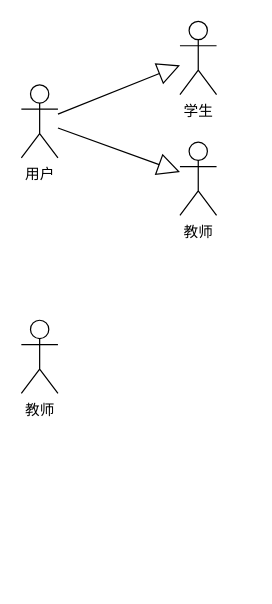
Before: 软工用例图.drawio in Wishlove09/drawio, a draw.io diagram. Source tidied: cells renumbered, new cells numbered last; positions are measured from the earlier drawing's top-left corner, leaving out a move shared by most shapes. Both pictures are drawn from the tidied source at 122%, with x=0, y=0 at pixel (21, 21).
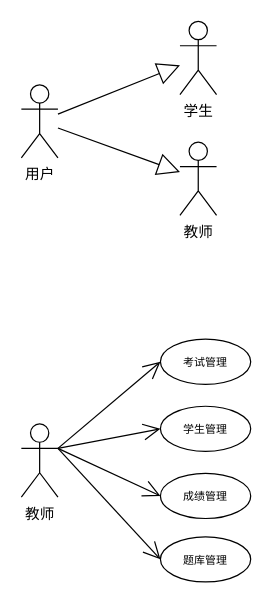
The same page after the edit.

Commit message (it also covers changes not shown here):
更新软工用例图.drawio

The edit, as a diff of the source:
```diff
@@
 <mxGraphModel>
   <root>
     <mxCell id="0" />
     <mxCell id="1" parent="0" />
     <mxCell id="2" value="学生" style="shape=umlActor;verticalLabelPosition=bottom;verticalAlign=top;html=1;" parent="1" vertex="1">
       <mxGeometry x="130" width="30" height="60" as="geometry" />
     </mxCell>
     <mxCell id="3" value="用户" style="shape=umlActor;verticalLabelPosition=bottom;verticalAlign=top;html=1;" parent="1" vertex="1">
       <mxGeometry y="52" width="30" height="60" as="geometry" />
     </mxCell>
     <mxCell id="4" value="教师" style="shape=umlActor;verticalLabelPosition=bottom;verticalAlign=top;html=1;" parent="1" vertex="1">
       <mxGeometry x="130" y="99" width="30" height="60" as="geometry" />
     </mxCell>
     <mxCell id="5" style="endArrow=block;endSize=16;endFill=0;html=1;rounded=0;" parent="1" edge="1" source="3" target="2">
       <mxGeometry relative="1" as="geometry" />
     </mxCell>
     <mxCell id="6" style="endArrow=block;endSize=16;endFill=0;html=1;rounded=0;" parent="1" edge="1" source="3" target="4">
       <mxGeometry relative="1" as="geometry" />
     </mxCell>
     <mxCell id="7" value="教师" style="shape=umlActor;verticalLabelPosition=bottom;verticalAlign=top;html=1;" parent="1" vertex="1">
-      <mxGeometry y="245" width="30" height="60" as="geometry" />
+      <mxGeometry y="330" width="30" height="60" as="geometry" />
     </mxCell>
+    <mxCell id="8" value="&lt;font style=&quot;font-size: 9px;&quot;&gt;考试管理&lt;/font&gt;" style="ellipse;whiteSpace=wrap;html=1;" parent="1" vertex="1">
+      <mxGeometry x="114" y="260.5" width="74" height="37" as="geometry" />
+    </mxCell>
+    <mxCell id="9" style="endArrow=open;endFill=1;endSize=12;html=1;rounded=0;exitX=1;exitY=0.3333333333333333;exitDx=0;exitDy=0;exitPerimeter=0;entryX=0;entryY=0.5;entryDx=0;entryDy=0;" parent="1" edge="1" source="7" target="8">
+      <mxGeometry relative="1" as="geometry" />
+    </mxCell>
+    <mxCell id="10" value="&lt;font style=&quot;font-size: 9px;&quot;&gt;学生管理&lt;/font&gt;" style="ellipse;whiteSpace=wrap;html=1;" parent="1" vertex="1">
+      <mxGeometry x="114" y="315.5" width="74" height="37" as="geometry" />
+    </mxCell>
+    <mxCell id="11" value="&lt;font style=&quot;font-size: 9px;&quot;&gt;成绩管理&lt;/font&gt;" style="ellipse;whiteSpace=wrap;html=1;" parent="1" vertex="1">
+      <mxGeometry x="114" y="370.5" width="74" height="37" as="geometry" />
+    </mxCell>
+    <mxCell id="12" value="&lt;font style=&quot;font-size: 9px;&quot;&gt;题库管理&lt;/font&gt;" style="ellipse;whiteSpace=wrap;html=1;" parent="1" vertex="1">
+      <mxGeometry x="114" y="422.5" width="74" height="37" as="geometry" />
+    </mxCell>
+    <mxCell id="13" style="endArrow=open;endFill=1;endSize=12;html=1;rounded=0;exitX=1;exitY=0.3333333333333333;exitDx=0;exitDy=0;exitPerimeter=0;entryX=0;entryY=0.5;entryDx=0;entryDy=0;" parent="1" edge="1" source="7" target="10">
+      <mxGeometry relative="1" as="geometry" />
+    </mxCell>
+    <mxCell id="14" style="endArrow=open;endFill=1;endSize=12;html=1;rounded=0;exitX=1;exitY=0.3333333333333333;exitDx=0;exitDy=0;exitPerimeter=0;entryX=0;entryY=0.5;entryDx=0;entryDy=0;" parent="1" edge="1" source="7" target="11">
+      <mxGeometry relative="1" as="geometry" />
+    </mxCell>
+    <mxCell id="15" style="endArrow=open;endFill=1;endSize=12;html=1;rounded=0;exitX=1;exitY=0.3333333333333333;exitDx=0;exitDy=0;exitPerimeter=0;entryX=0;entryY=0.5;entryDx=0;entryDy=0;" parent="1" edge="1" source="7" target="12">
+      <mxGeometry relative="1" as="geometry" />
+    </mxCell>
   </root>
 </mxGraphModel>
```
